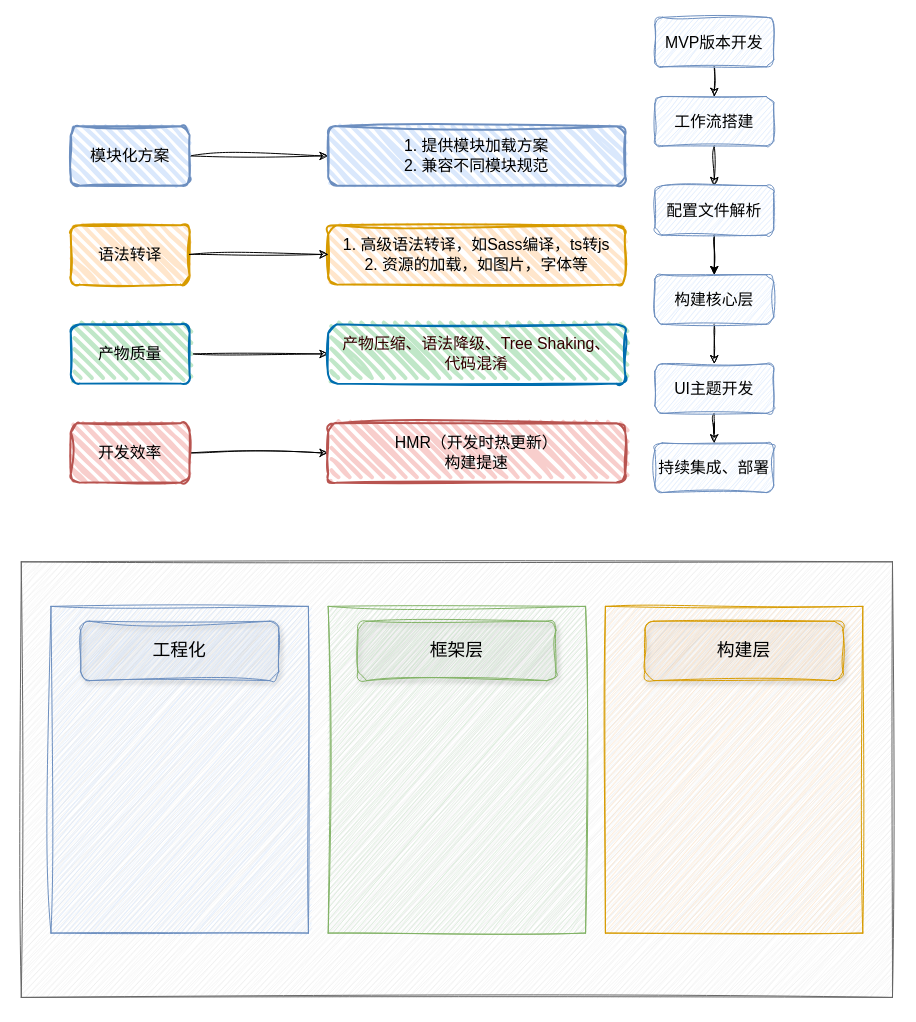
Earlier version of the draw.io diagram 毕业设计.drawio (boyfeiyu/docspack-chart). Source tidied: cells renumbered, new cells numbered last; positions are measured from the earlier drawing's top-left corner, leaving out a move shared by most shapes. Both pictures are drawn from the tidied source at 99%, with x=0, y=0 at pixel (21, 17).
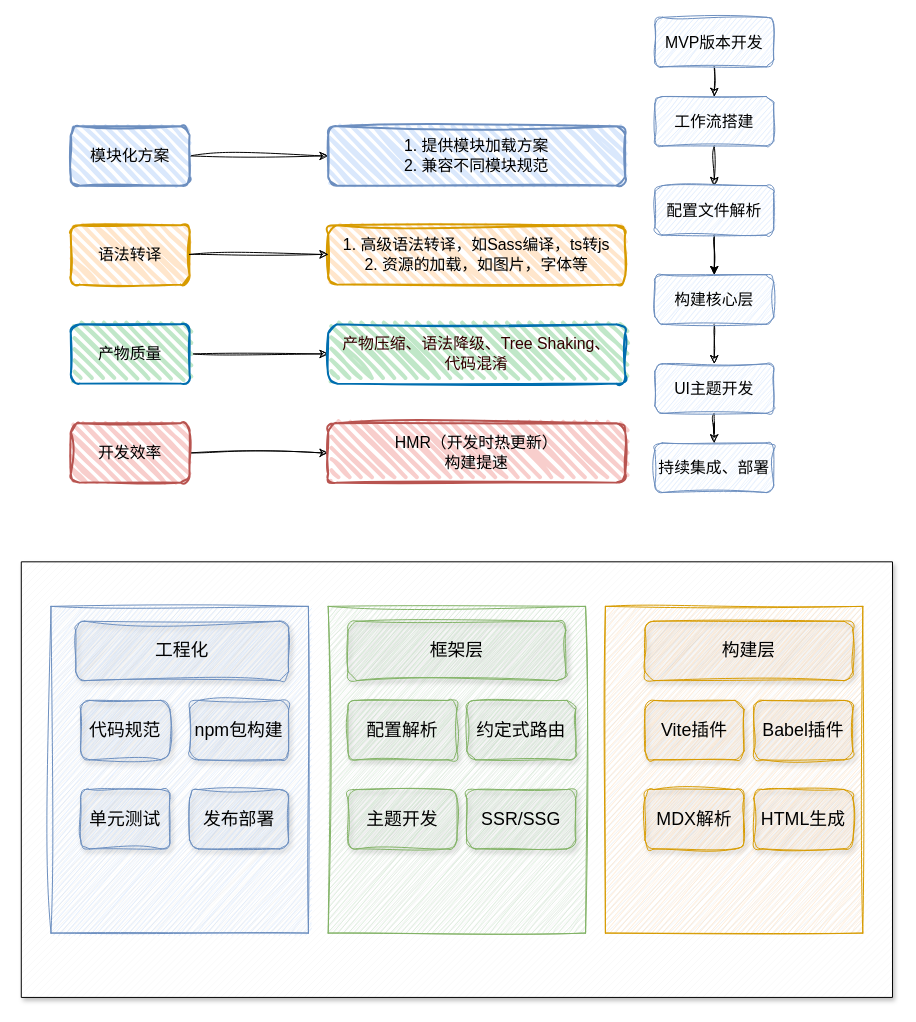
Above is the later version.

Commit message:
更新毕业设计.drawio

Diff of the diagram source:
```diff
@@
-    <mxCell id="26" style="verticalLabelPosition=bottom;verticalAlign=top;html=1;shape=mxgraph.basic.patternFillRect;fillStyle=diag;step=5;fillStrokeWidth=0.2;fillStrokeColor=#dddddd;sketch=1;curveFitting=1;jiggle=2;fillColor=#f5f5f5;fontColor=#333333;strokeColor=#666666;shadow=0;" parent="1" vertex="1">
+    <mxCell id="26" style="verticalLabelPosition=bottom;verticalAlign=top;html=1;shape=mxgraph.basic.patternFillRect;fillStyle=diag;step=5;fillStrokeWidth=0.2;fillStrokeColor=#dddddd;fillColor=#FFFFFF;fontColor=#333333;strokeColor=default;shadow=1;" parent="1" vertex="1">
       <mxGeometry y="550" width="880" height="440" as="geometry" />
     </mxCell>
@@
     <mxCell id="30" value="&lt;font style=&quot;font-size: 18px;&quot;&gt;框架层&lt;/font&gt;" style="rounded=1;whiteSpace=wrap;html=1;fillColor=#d5e8d4;strokeColor=#82b366;sketch=1;curveFitting=1;jiggle=2;shadow=1;" parent="1" vertex="1">
-      <mxGeometry x="340" y="610" width="200" height="60" as="geometry" />
+      <mxGeometry x="330" y="610" width="220" height="60" as="geometry" />
     </mxCell>
     <mxCell id="31" value="&lt;font face=&quot;Helvetica&quot; style=&quot;font-size: 18px;&quot;&gt;工程化&lt;/font&gt;" style="rounded=1;whiteSpace=wrap;html=1;glass=0;fillColor=#dae8fc;strokeColor=#6c8ebf;sketch=1;curveFitting=1;jiggle=2;shadow=1;" parent="1" vertex="1">
-      <mxGeometry x="60" y="610" width="200" height="60" as="geometry" />
+      <mxGeometry x="55" y="610" width="215" height="60" as="geometry" />
     </mxCell>
     <mxCell id="32" value="&lt;font style=&quot;font-size: 18px;&quot;&gt;构建层&lt;/font&gt;" style="rounded=1;whiteSpace=wrap;html=1;fillColor=#ffe6cc;strokeColor=#d79b00;sketch=1;curveFitting=1;jiggle=2;shadow=1;" parent="1" vertex="1">
-      <mxGeometry x="630" y="610" width="200" height="60" as="geometry" />
+      <mxGeometry x="630" y="610" width="210" height="60" as="geometry" />
     </mxCell>
+    <mxCell id="33" value="&lt;span style=&quot;font-size: 18px;&quot;&gt;代码规范&lt;/span&gt;" style="rounded=1;whiteSpace=wrap;html=1;glass=0;fillColor=#dae8fc;strokeColor=#6c8ebf;sketch=1;curveFitting=1;jiggle=2;shadow=1;" parent="1" vertex="1">
+      <mxGeometry x="60" y="690" width="90" height="60" as="geometry" />
+    </mxCell>
+    <mxCell id="34" value="&lt;font face=&quot;Helvetica&quot; style=&quot;font-size: 18px;&quot;&gt;npm包构建&lt;/font&gt;" style="rounded=1;whiteSpace=wrap;html=1;glass=0;fillColor=#dae8fc;strokeColor=#6c8ebf;sketch=1;curveFitting=1;jiggle=2;shadow=1;" parent="1" vertex="1">
+      <mxGeometry x="170" y="690" width="100" height="60" as="geometry" />
+    </mxCell>
+    <mxCell id="35" value="&lt;font face=&quot;Helvetica&quot; style=&quot;font-size: 18px;&quot;&gt;单元测试&lt;/font&gt;" style="rounded=1;whiteSpace=wrap;html=1;glass=0;fillColor=#dae8fc;strokeColor=#6c8ebf;sketch=1;curveFitting=1;jiggle=2;shadow=1;" parent="1" vertex="1">
+      <mxGeometry x="60" y="780" width="90" height="60" as="geometry" />
+    </mxCell>
+    <mxCell id="36" value="&lt;font face=&quot;Helvetica&quot; style=&quot;font-size: 18px;&quot;&gt;发布部署&lt;/font&gt;" style="rounded=1;whiteSpace=wrap;html=1;glass=0;fillColor=#dae8fc;strokeColor=#6c8ebf;sketch=1;curveFitting=1;jiggle=2;shadow=1;" parent="1" vertex="1">
+      <mxGeometry x="170" y="780" width="100" height="60" as="geometry" />
+    </mxCell>
+    <mxCell id="37" value="&lt;font style=&quot;font-size: 18px;&quot;&gt;配置解析&lt;/font&gt;" style="rounded=1;whiteSpace=wrap;html=1;fillColor=#d5e8d4;strokeColor=#82b366;sketch=1;curveFitting=1;jiggle=2;shadow=1;" parent="1" vertex="1">
+      <mxGeometry x="330" y="690" width="110" height="60" as="geometry" />
+    </mxCell>
+    <mxCell id="38" value="&lt;font style=&quot;font-size: 18px;&quot;&gt;约定式路由&lt;/font&gt;" style="rounded=1;whiteSpace=wrap;html=1;fillColor=#d5e8d4;strokeColor=#82b366;sketch=1;curveFitting=1;jiggle=2;shadow=1;" parent="1" vertex="1">
+      <mxGeometry x="450" y="690" width="110" height="60" as="geometry" />
+    </mxCell>
+    <mxCell id="39" value="&lt;font style=&quot;font-size: 18px;&quot;&gt;主题开发&lt;/font&gt;" style="rounded=1;whiteSpace=wrap;html=1;fillColor=#d5e8d4;strokeColor=#82b366;sketch=1;curveFitting=1;jiggle=2;shadow=1;" parent="1" vertex="1">
+      <mxGeometry x="330" y="780" width="110" height="60" as="geometry" />
+    </mxCell>
+    <mxCell id="40" value="&lt;span style=&quot;font-size: 18px;&quot;&gt;SSR/SSG&lt;/span&gt;" style="rounded=1;whiteSpace=wrap;html=1;fillColor=#d5e8d4;strokeColor=#82b366;sketch=1;curveFitting=1;jiggle=2;shadow=1;" parent="1" vertex="1">
+      <mxGeometry x="450" y="780" width="110" height="60" as="geometry" />
+    </mxCell>
+    <mxCell id="41" value="&lt;font style=&quot;font-size: 18px;&quot;&gt;Vite插件&lt;/font&gt;" style="rounded=1;whiteSpace=wrap;html=1;fillColor=#ffe6cc;strokeColor=#d79b00;sketch=1;curveFitting=1;jiggle=2;shadow=1;" parent="1" vertex="1">
+      <mxGeometry x="630" y="690" width="100" height="60" as="geometry" />
+    </mxCell>
+    <mxCell id="42" value="&lt;span style=&quot;font-size: 18px;&quot;&gt;Babel插件&lt;/span&gt;" style="rounded=1;whiteSpace=wrap;html=1;fillColor=#ffe6cc;strokeColor=#d79b00;sketch=1;curveFitting=1;jiggle=2;shadow=1;" parent="1" vertex="1">
+      <mxGeometry x="740" y="690" width="100" height="60" as="geometry" />
+    </mxCell>
+    <mxCell id="43" value="&lt;font style=&quot;font-size: 18px;&quot;&gt;MDX解析&lt;/font&gt;" style="rounded=1;whiteSpace=wrap;html=1;fillColor=#ffe6cc;strokeColor=#d79b00;sketch=1;curveFitting=1;jiggle=2;shadow=1;" parent="1" vertex="1">
+      <mxGeometry x="630" y="780" width="100" height="60" as="geometry" />
+    </mxCell>
+    <mxCell id="44" value="&lt;font style=&quot;font-size: 18px;&quot;&gt;HTML生成&lt;/font&gt;" style="rounded=1;whiteSpace=wrap;html=1;fillColor=#ffe6cc;strokeColor=#d79b00;sketch=1;curveFitting=1;jiggle=2;shadow=1;" parent="1" vertex="1">
+      <mxGeometry x="740" y="780" width="100" height="60" as="geometry" />
+    </mxCell>
```
